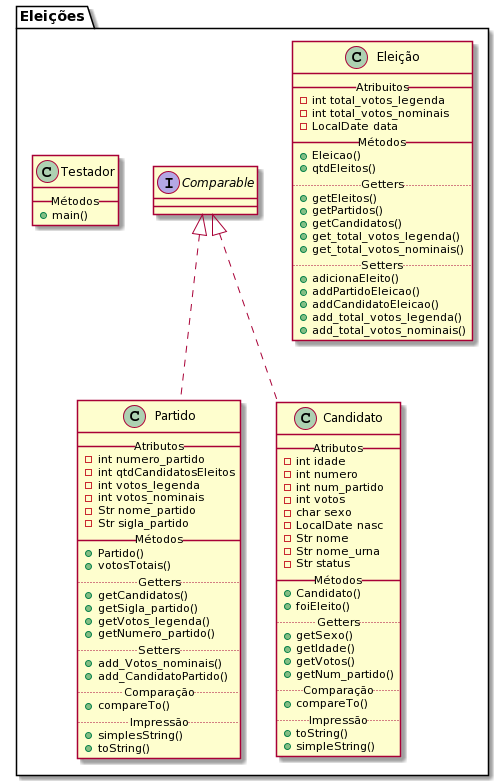
Above: UML/Eleicoes.png in F-Azevedo/Prog3-Trabalho1 (PlantUML), before the change.
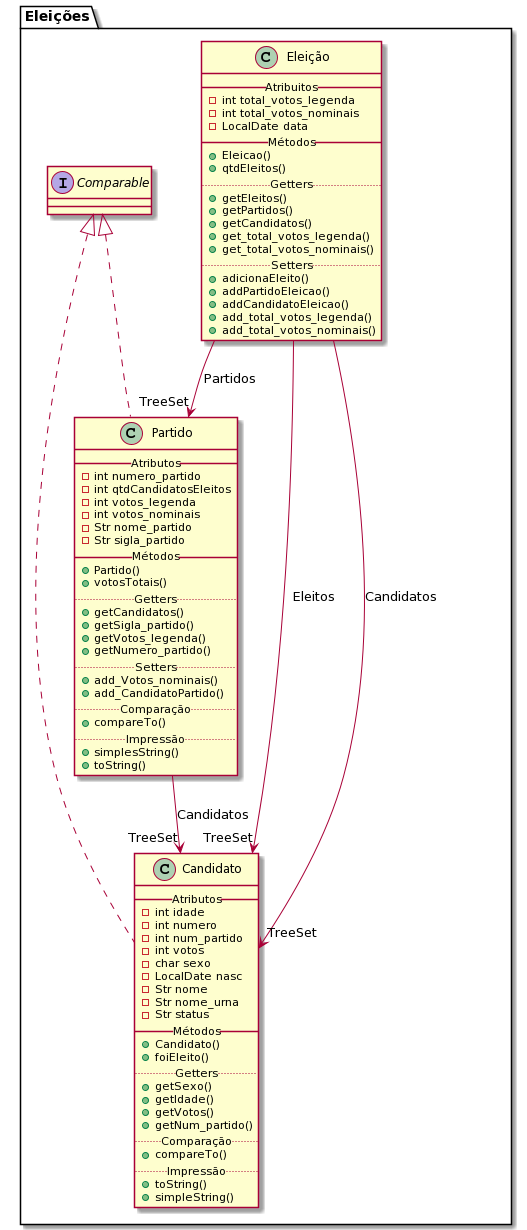
After the change.

Change to the diagram source:
```diff
@@ -76,10 +76,19 @@
 + simpleString()
 }
 
-Class Testador{
-__Métodos__
-+ main()
 }
 
+Eleição --> "TreeSet" Candidato : Eleitos
+Eleição --> "TreeSet" Candidato : Candidatos
+Eleição --> "TreeSet" Partido : Partidos
+Partido --> "TreeSet" Candidato : Candidatos
+
+together {
+ class Partido
+ class Candidato
+ class Eleição
 }
+
+Candidato -[hidden]- Partido
+Partido -[hidden]- Eleição
 @enduml
```
